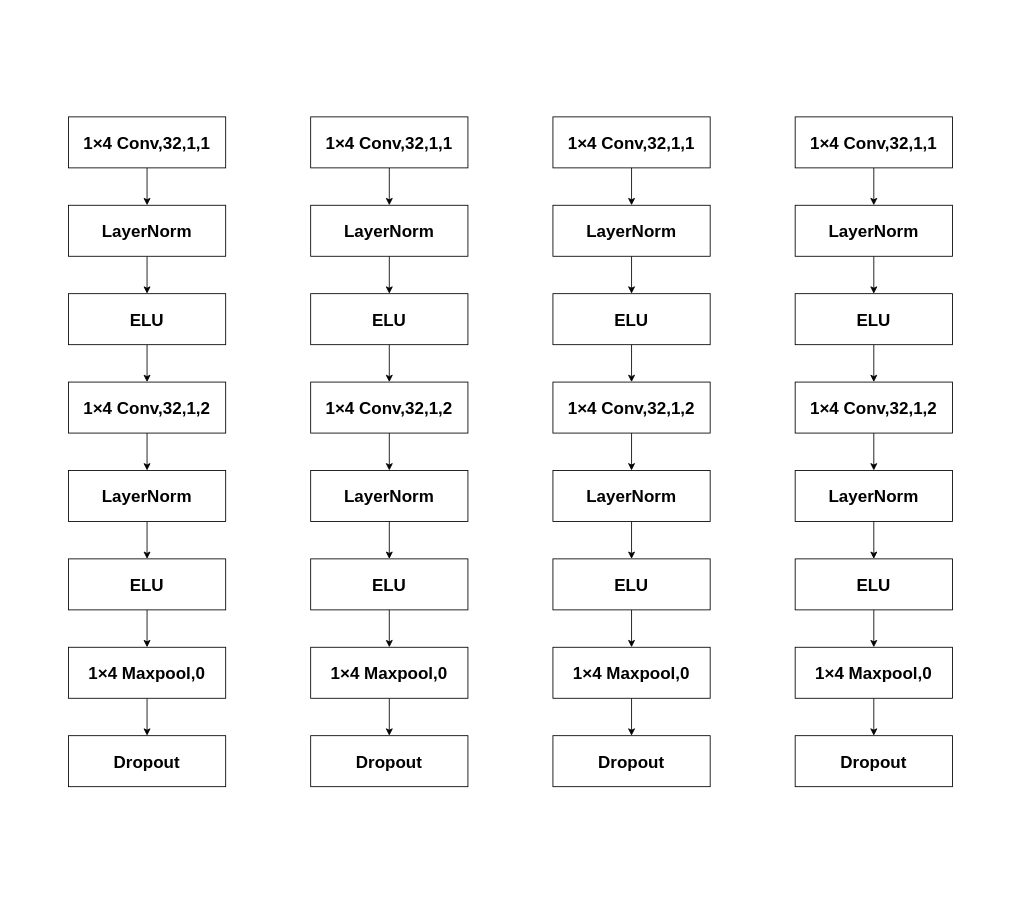
This is nDF示意图.drawio from lilang0710/ll, a draw.io file, before an edit. Source tidied: cells renumbered, new cells numbered last; positions are measured from the earlier drawing's top-left corner, leaving out a move shared by most shapes. Both pictures are drawn from the tidied source at 85%, with x=0, y=0 at pixel (68, 116).
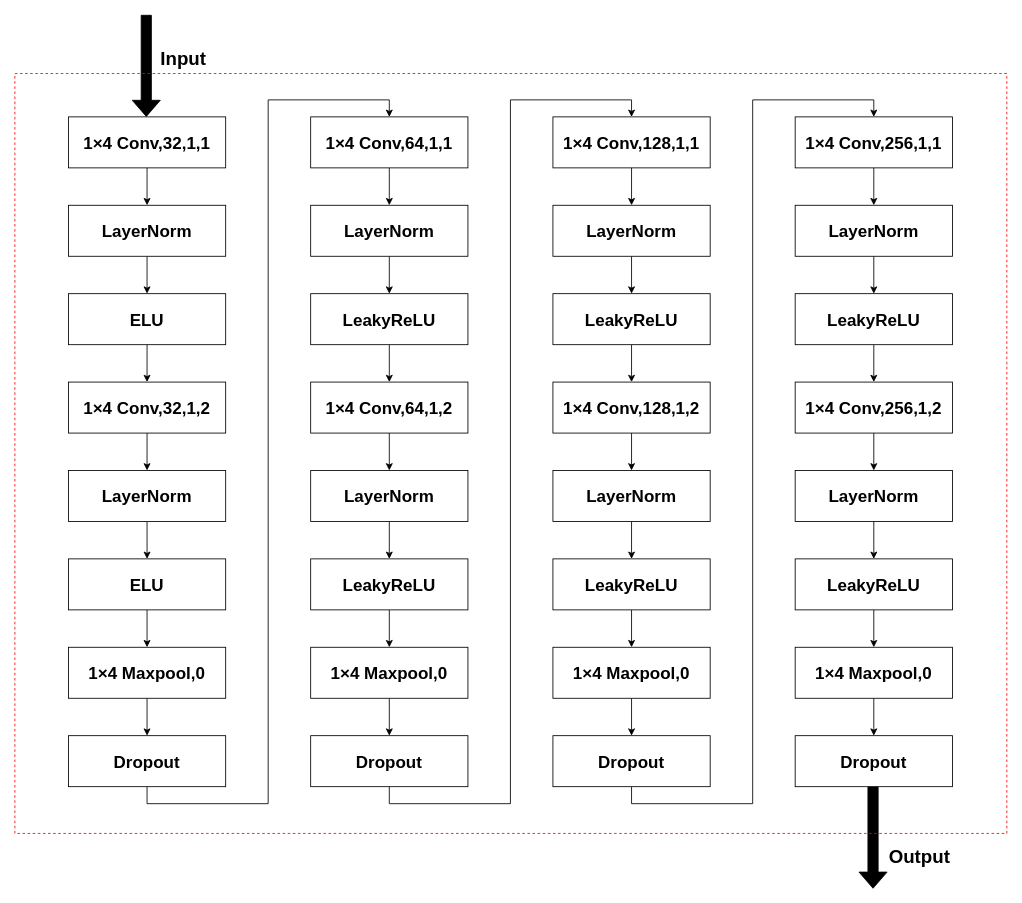
After the change.

Commit message (it also covers changes not shown here):
更新nDF示意图.drawio

Unchanged cells that the change refers to:
```xml
<mxCell id="15" value="&lt;b&gt;&lt;font style=&quot;font-size: 20px;&quot;&gt;Dropout&lt;/font&gt;&lt;/b&gt;" style="rounded=0;whiteSpace=wrap;html=1;" parent="1" vertex="1">
  <mxGeometry y="728" width="185" height="60" as="geometry" />
</mxCell>
<mxCell id="30" value="&lt;b&gt;&lt;font style=&quot;font-size: 20px;&quot;&gt;Dropout&lt;/font&gt;&lt;/b&gt;" style="rounded=0;whiteSpace=wrap;html=1;" parent="1" vertex="1">
  <mxGeometry x="285" y="728" width="185" height="60" as="geometry" />
</mxCell>
<mxCell id="45" value="&lt;b&gt;&lt;font style=&quot;font-size: 20px;&quot;&gt;Dropout&lt;/font&gt;&lt;/b&gt;" style="rounded=0;whiteSpace=wrap;html=1;" parent="1" vertex="1">
  <mxGeometry x="570" y="728" width="185" height="60" as="geometry" />
</mxCell>
```

Diff of the diagram source:
```diff
@@
+    <mxCell id="62" style="edgeStyle=orthogonalEdgeStyle;rounded=0;jettySize=auto;html=1;exitX=0.5;exitY=1;exitDx=0;exitDy=0;entryX=0.5;entryY=0;entryDx=0;entryDy=0;" parent="1" edge="1" source="15" target="17">
+      <mxGeometry relative="1" as="geometry" />
+    </mxCell>
@@
-    <mxCell id="17" value="&lt;b&gt;&lt;font style=&quot;font-size: 20px;&quot;&gt;1&lt;/font&gt;&lt;/b&gt;&lt;span&gt;&lt;b&gt;&lt;font style=&quot;font-size: 20px;&quot;&gt;×&lt;/font&gt;&lt;/b&gt;&lt;/span&gt;&lt;b&gt;&lt;font style=&quot;font-size: 20px;&quot;&gt;4 Conv,32,1,1&lt;/font&gt;&lt;/b&gt;" style="rounded=0;whiteSpace=wrap;html=1;" parent="1" vertex="1">
+    <mxCell id="17" value="&lt;b&gt;&lt;font style=&quot;font-size: 20px;&quot;&gt;1&lt;/font&gt;&lt;/b&gt;&lt;span&gt;&lt;b&gt;&lt;font style=&quot;font-size: 20px;&quot;&gt;×&lt;/font&gt;&lt;/b&gt;&lt;/span&gt;&lt;b&gt;&lt;font style=&quot;font-size: 20px;&quot;&gt;4 Conv,64,1,1&lt;/font&gt;&lt;/b&gt;" style="rounded=0;whiteSpace=wrap;html=1;" parent="1" vertex="1">
       <mxGeometry x="285" width="185" height="60" as="geometry" />
     </mxCell>
@@
-    <mxCell id="21" value="&lt;font style=&quot;font-size: 20px;&quot;&gt;&lt;b&gt;ELU&lt;/b&gt;&lt;/font&gt;" style="rounded=0;whiteSpace=wrap;html=1;" parent="1" vertex="1">
+    <mxCell id="21" value="&lt;b style=&quot;font-size: 20px;&quot;&gt;LeakyReLU&lt;/b&gt;" style="rounded=0;whiteSpace=wrap;html=1;" parent="1" vertex="1">
       <mxGeometry x="285" y="208" width="185" height="60" as="geometry" />
     </mxCell>
@@
-    <mxCell id="23" value="&lt;b&gt;&lt;font style=&quot;font-size: 20px;&quot;&gt;1&lt;/font&gt;&lt;/b&gt;&lt;span&gt;&lt;b&gt;&lt;font style=&quot;font-size: 20px;&quot;&gt;×&lt;/font&gt;&lt;/b&gt;&lt;/span&gt;&lt;b&gt;&lt;font style=&quot;font-size: 20px;&quot;&gt;4 Conv,32,1,2&lt;/font&gt;&lt;/b&gt;" style="rounded=0;whiteSpace=wrap;html=1;" parent="1" vertex="1">
+    <mxCell id="23" value="&lt;b&gt;&lt;font style=&quot;font-size: 20px;&quot;&gt;1&lt;/font&gt;&lt;/b&gt;&lt;span&gt;&lt;b&gt;&lt;font style=&quot;font-size: 20px;&quot;&gt;×&lt;/font&gt;&lt;/b&gt;&lt;/span&gt;&lt;b&gt;&lt;font style=&quot;font-size: 20px;&quot;&gt;4 Conv,64,1,2&lt;/font&gt;&lt;/b&gt;" style="rounded=0;whiteSpace=wrap;html=1;" parent="1" vertex="1">
       <mxGeometry x="285" y="312" width="185" height="60" as="geometry" />
     </mxCell>
@@
-    <mxCell id="27" value="&lt;font style=&quot;font-size: 20px;&quot;&gt;&lt;b&gt;ELU&lt;/b&gt;&lt;/font&gt;" style="rounded=0;whiteSpace=wrap;html=1;" parent="1" vertex="1">
+    <mxCell id="27" value="&lt;b style=&quot;font-size: 20px;&quot;&gt;LeakyReLU&lt;/b&gt;" style="rounded=0;whiteSpace=wrap;html=1;" parent="1" vertex="1">
       <mxGeometry x="285" y="520" width="185" height="60" as="geometry" />
     </mxCell>
@@
+    <mxCell id="63" style="edgeStyle=orthogonalEdgeStyle;rounded=0;jettySize=auto;html=1;exitX=0.5;exitY=1;exitDx=0;exitDy=0;entryX=0.5;entryY=0;entryDx=0;entryDy=0;" parent="1" edge="1" source="30" target="32">
+      <mxGeometry relative="1" as="geometry" />
+    </mxCell>
@@
-    <mxCell id="32" value="&lt;b&gt;&lt;font style=&quot;font-size: 20px;&quot;&gt;1&lt;/font&gt;&lt;/b&gt;&lt;span&gt;&lt;b&gt;&lt;font style=&quot;font-size: 20px;&quot;&gt;×&lt;/font&gt;&lt;/b&gt;&lt;/span&gt;&lt;b&gt;&lt;font style=&quot;font-size: 20px;&quot;&gt;4 Conv,32,1,1&lt;/font&gt;&lt;/b&gt;" style="rounded=0;whiteSpace=wrap;html=1;" parent="1" vertex="1">
+    <mxCell id="32" value="&lt;b&gt;&lt;font style=&quot;font-size: 20px;&quot;&gt;1&lt;/font&gt;&lt;/b&gt;&lt;span&gt;&lt;b&gt;&lt;font style=&quot;font-size: 20px;&quot;&gt;×&lt;/font&gt;&lt;/b&gt;&lt;/span&gt;&lt;b&gt;&lt;font style=&quot;font-size: 20px;&quot;&gt;4 Conv,128,1,1&lt;/font&gt;&lt;/b&gt;" style="rounded=0;whiteSpace=wrap;html=1;" parent="1" vertex="1">
       <mxGeometry x="570" width="185" height="60" as="geometry" />
     </mxCell>
@@
-    <mxCell id="36" value="&lt;font style=&quot;font-size: 20px;&quot;&gt;&lt;b&gt;ELU&lt;/b&gt;&lt;/font&gt;" style="rounded=0;whiteSpace=wrap;html=1;" parent="1" vertex="1">
+    <mxCell id="36" value="&lt;b style=&quot;font-size: 20px;&quot;&gt;LeakyReLU&lt;/b&gt;" style="rounded=0;whiteSpace=wrap;html=1;" parent="1" vertex="1">
       <mxGeometry x="570" y="208" width="185" height="60" as="geometry" />
     </mxCell>
@@
-    <mxCell id="38" value="&lt;b&gt;&lt;font style=&quot;font-size: 20px;&quot;&gt;1&lt;/font&gt;&lt;/b&gt;&lt;span&gt;&lt;b&gt;&lt;font style=&quot;font-size: 20px;&quot;&gt;×&lt;/font&gt;&lt;/b&gt;&lt;/span&gt;&lt;b&gt;&lt;font style=&quot;font-size: 20px;&quot;&gt;4 Conv,32,1,2&lt;/font&gt;&lt;/b&gt;" style="rounded=0;whiteSpace=wrap;html=1;" parent="1" vertex="1">
+    <mxCell id="38" value="&lt;b&gt;&lt;font style=&quot;font-size: 20px;&quot;&gt;1&lt;/font&gt;&lt;/b&gt;&lt;span&gt;&lt;b&gt;&lt;font style=&quot;font-size: 20px;&quot;&gt;×&lt;/font&gt;&lt;/b&gt;&lt;/span&gt;&lt;b&gt;&lt;font style=&quot;font-size: 20px;&quot;&gt;4 Conv,128,1,2&lt;/font&gt;&lt;/b&gt;" style="rounded=0;whiteSpace=wrap;html=1;" parent="1" vertex="1">
       <mxGeometry x="570" y="312" width="185" height="60" as="geometry" />
     </mxCell>
@@
-    <mxCell id="42" value="&lt;font style=&quot;font-size: 20px;&quot;&gt;&lt;b&gt;ELU&lt;/b&gt;&lt;/font&gt;" style="rounded=0;whiteSpace=wrap;html=1;" parent="1" vertex="1">
+    <mxCell id="42" value="&lt;b style=&quot;font-size: 20px;&quot;&gt;LeakyReLU&lt;/b&gt;" style="rounded=0;whiteSpace=wrap;html=1;" parent="1" vertex="1">
       <mxGeometry x="570" y="520" width="185" height="60" as="geometry" />
     </mxCell>
@@
+    <mxCell id="64" style="edgeStyle=orthogonalEdgeStyle;rounded=0;jettySize=auto;html=1;exitX=0.5;exitY=1;exitDx=0;exitDy=0;entryX=0.5;entryY=0;entryDx=0;entryDy=0;" parent="1" edge="1" source="45" target="47">
+      <mxGeometry relative="1" as="geometry" />
+    </mxCell>
@@
-    <mxCell id="47" value="&lt;b&gt;&lt;font style=&quot;font-size: 20px;&quot;&gt;1&lt;/font&gt;&lt;/b&gt;&lt;span&gt;&lt;b&gt;&lt;font style=&quot;font-size: 20px;&quot;&gt;×&lt;/font&gt;&lt;/b&gt;&lt;/span&gt;&lt;b&gt;&lt;font style=&quot;font-size: 20px;&quot;&gt;4 Conv,32,1,1&lt;/font&gt;&lt;/b&gt;" style="rounded=0;whiteSpace=wrap;html=1;" parent="1" vertex="1">
+    <mxCell id="47" value="&lt;b&gt;&lt;font style=&quot;font-size: 20px;&quot;&gt;1&lt;/font&gt;&lt;/b&gt;&lt;span&gt;&lt;b&gt;&lt;font style=&quot;font-size: 20px;&quot;&gt;×&lt;/font&gt;&lt;/b&gt;&lt;/span&gt;&lt;b&gt;&lt;font style=&quot;font-size: 20px;&quot;&gt;4 Conv,256,1,1&lt;/font&gt;&lt;/b&gt;" style="rounded=0;whiteSpace=wrap;html=1;" parent="1" vertex="1">
       <mxGeometry x="855" width="185" height="60" as="geometry" />
     </mxCell>
@@
-    <mxCell id="51" value="&lt;font style=&quot;font-size: 20px;&quot;&gt;&lt;b&gt;ELU&lt;/b&gt;&lt;/font&gt;" style="rounded=0;whiteSpace=wrap;html=1;" parent="1" vertex="1">
+    <mxCell id="51" value="&lt;b style=&quot;font-size: 20px;&quot;&gt;LeakyReLU&lt;/b&gt;" style="rounded=0;whiteSpace=wrap;html=1;" parent="1" vertex="1">
       <mxGeometry x="855" y="208" width="185" height="60" as="geometry" />
     </mxCell>
@@
-    <mxCell id="53" value="&lt;b&gt;&lt;font style=&quot;font-size: 20px;&quot;&gt;1&lt;/font&gt;&lt;/b&gt;&lt;span&gt;&lt;b&gt;&lt;font style=&quot;font-size: 20px;&quot;&gt;×&lt;/font&gt;&lt;/b&gt;&lt;/span&gt;&lt;b&gt;&lt;font style=&quot;font-size: 20px;&quot;&gt;4 Conv,32,1,2&lt;/font&gt;&lt;/b&gt;" style="rounded=0;whiteSpace=wrap;html=1;" parent="1" vertex="1">
+    <mxCell id="53" value="&lt;b&gt;&lt;font style=&quot;font-size: 20px;&quot;&gt;1&lt;/font&gt;&lt;/b&gt;&lt;span&gt;&lt;b&gt;&lt;font style=&quot;font-size: 20px;&quot;&gt;×&lt;/font&gt;&lt;/b&gt;&lt;/span&gt;&lt;b&gt;&lt;font style=&quot;font-size: 20px;&quot;&gt;4 Conv,256,1,2&lt;/font&gt;&lt;/b&gt;" style="rounded=0;whiteSpace=wrap;html=1;" parent="1" vertex="1">
       <mxGeometry x="855" y="312" width="185" height="60" as="geometry" />
     </mxCell>
@@
-    <mxCell id="57" value="&lt;font style=&quot;font-size: 20px;&quot;&gt;&lt;b&gt;ELU&lt;/b&gt;&lt;/font&gt;" style="rounded=0;whiteSpace=wrap;html=1;" parent="1" vertex="1">
+    <mxCell id="57" value="&lt;b style=&quot;font-size: 20px;&quot;&gt;LeakyReLU&lt;/b&gt;" style="rounded=0;whiteSpace=wrap;html=1;" parent="1" vertex="1">
       <mxGeometry x="855" y="520" width="185" height="60" as="geometry" />
     </mxCell>
@@
+    <mxCell id="65" style="shape=flexArrow;endArrow=classic;html=1;rounded=0;entryX=0.5;entryY=0;entryDx=0;entryDy=0;exitX=0.5;exitY=1;exitDx=0;exitDy=0;sourcePerimeterSpacing=0;width=12;fillColor=#000000;" parent="1" edge="1">
+      <mxGeometry relative="1" as="geometry">
+        <mxPoint x="946.6" y="788" as="sourcePoint" />
+        <mxPoint x="946.6" y="908" as="targetPoint" />
+      </mxGeometry>
+    </mxCell>
+    <mxCell id="66" style="shape=flexArrow;endArrow=classic;html=1;rounded=0;entryX=0.5;entryY=0;entryDx=0;entryDy=0;exitX=0.5;exitY=1;exitDx=0;exitDy=0;sourcePerimeterSpacing=0;width=12;fillColor=#000000;" parent="1" edge="1">
+      <mxGeometry relative="1" as="geometry">
+        <mxPoint x="91.6" y="-120" as="sourcePoint" />
+        <mxPoint x="91.6" as="targetPoint" />
+      </mxGeometry>
+    </mxCell>
+    <mxCell id="67" value="&lt;font size=&quot;1&quot;&gt;&lt;b&gt;&lt;font style=&quot;font-size: 22px;&quot;&gt;Input&lt;/font&gt;&lt;/b&gt;&lt;/font&gt;" style="edgeLabel;html=1;align=center;verticalAlign=middle;" parent="66" vertex="1">
+      <mxGeometry x="-0.61" y="9" relative="1" as="geometry">
+        <mxPoint x="34" y="29" as="offset" />
+      </mxGeometry>
+    </mxCell>
+    <mxCell id="68" value="&lt;font size=&quot;1&quot;&gt;&lt;b&gt;&lt;font style=&quot;font-size: 22px;&quot;&gt;Output&lt;/font&gt;&lt;/b&gt;&lt;/font&gt;" style="edgeLabel;html=1;align=center;verticalAlign=middle;" parent="1" vertex="1">
+      <mxGeometry x="998" y="880" as="geometry">
+        <mxPoint x="2" y="-10" as="offset" />
+      </mxGeometry>
+    </mxCell>
+    <mxCell id="69" style="rounded=0;whiteSpace=wrap;html=1;fillColor=none;strokeColor=#ff0000;dashed=1;" parent="1" vertex="1">
+      <mxGeometry x="-63" y="-51" width="1167" height="894" as="geometry" />
+    </mxCell>
```
